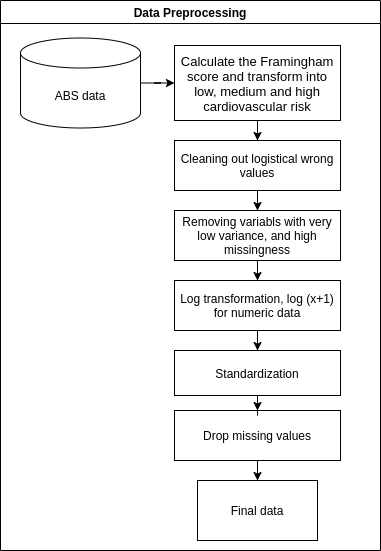
Above: figures/flowchart-datapreprocessing.png in ida3266/PROJECT1_TEAM20 (draw.io), before the change. Source tidied: cells renumbered, new cells last; positions are measured from the earlier drawing's top-left corner, leaving out a move shared by most shapes. Its diagram source:
```xml
<mxGraphModel>
  <root>
    <mxCell id="0" />
    <mxCell id="1" parent="0" />
    <mxCell id="2" value="Data Preprocessing" style="swimlane;" parent="1" vertex="1">
      <mxGeometry width="380" height="550" as="geometry" />
    </mxCell>
    <mxCell id="3" style="edgeStyle=orthogonalEdgeStyle;rounded=0;jettySize=auto;html=1;entryX=0.5;entryY=0;entryDx=0;entryDy=0;" parent="2" edge="1" source="4" target="13">
      <mxGeometry relative="1" as="geometry" />
    </mxCell>
    <mxCell id="4" value="&lt;p style=&quot;font-size: 13px&quot;&gt;Calculate the Framingham score and transform into low, medium and high cardiovascular risk&lt;/p&gt;" style="rounded=0;whiteSpace=wrap;html=1;" parent="2" vertex="1">
      <mxGeometry x="174" y="45" width="166" height="75" as="geometry" />
    </mxCell>
    <mxCell id="5" style="edgeStyle=orthogonalEdgeStyle;rounded=0;jettySize=auto;html=1;entryX=0.5;entryY=0;entryDx=0;entryDy=0;" parent="2" edge="1" source="6" target="15">
      <mxGeometry relative="1" as="geometry" />
    </mxCell>
    <mxCell id="6" value="Log transformation, log (x+1)&lt;br&gt;for numeric data" style="rounded=0;whiteSpace=wrap;html=1;" parent="2" vertex="1">
      <mxGeometry x="174" y="280" width="166" height="50" as="geometry" />
    </mxCell>
    <mxCell id="7" value="Final data" style="rounded=0;whiteSpace=wrap;html=1;" parent="2" vertex="1">
      <mxGeometry x="197" y="480" width="120" height="60" as="geometry" />
    </mxCell>
    <mxCell id="8" style="edgeStyle=orthogonalEdgeStyle;rounded=0;jettySize=auto;html=1;entryX=0;entryY=0.5;entryDx=0;entryDy=0;" parent="2" edge="1" source="9" target="4">
      <mxGeometry relative="1" as="geometry" />
    </mxCell>
    <mxCell id="9" value="ABS data" style="shape=cylinder3;whiteSpace=wrap;html=1;boundedLbl=1;backgroundOutline=1;size=15;" parent="2" vertex="1">
      <mxGeometry x="20" y="37.5" width="120" height="90" as="geometry" />
    </mxCell>
    <mxCell id="10" style="edgeStyle=orthogonalEdgeStyle;rounded=0;jettySize=auto;html=1;entryX=0.5;entryY=0;entryDx=0;entryDy=0;" parent="2" edge="1" source="11" target="7">
      <mxGeometry relative="1" as="geometry" />
    </mxCell>
    <mxCell id="11" value="Drop missing values" style="rounded=0;whiteSpace=wrap;html=1;" parent="2" vertex="1">
      <mxGeometry x="174" y="410" width="166" height="50" as="geometry" />
    </mxCell>
    <mxCell id="12" style="edgeStyle=orthogonalEdgeStyle;rounded=0;jettySize=auto;html=1;entryX=0.5;entryY=0;entryDx=0;entryDy=0;" parent="2" edge="1" source="13" target="17">
      <mxGeometry relative="1" as="geometry" />
    </mxCell>
    <mxCell id="13" value="Cleaning out logistical wrong values" style="rounded=0;whiteSpace=wrap;html=1;" parent="2" vertex="1">
      <mxGeometry x="174" y="140" width="166" height="50" as="geometry" />
    </mxCell>
    <mxCell id="14" style="edgeStyle=orthogonalEdgeStyle;rounded=0;jettySize=auto;html=1;entryX=0.5;entryY=0;entryDx=0;entryDy=0;" parent="2" edge="1" source="15" target="11">
      <mxGeometry relative="1" as="geometry" />
    </mxCell>
    <mxCell id="15" value="Standardization" style="rounded=0;whiteSpace=wrap;html=1;" parent="2" vertex="1">
      <mxGeometry x="174" y="350" width="166" height="45" as="geometry" />
    </mxCell>
    <mxCell id="16" style="edgeStyle=orthogonalEdgeStyle;rounded=0;jettySize=auto;html=1;entryX=0.5;entryY=0;entryDx=0;entryDy=0;" parent="2" edge="1" source="17" target="6">
      <mxGeometry relative="1" as="geometry" />
    </mxCell>
    <mxCell id="17" value="Removing variabls with very low variance, and high missingness" style="rounded=0;whiteSpace=wrap;html=1;" parent="2" vertex="1">
      <mxGeometry x="174" y="210" width="166" height="50" as="geometry" />
    </mxCell>
  </root>
</mxGraphModel>
```
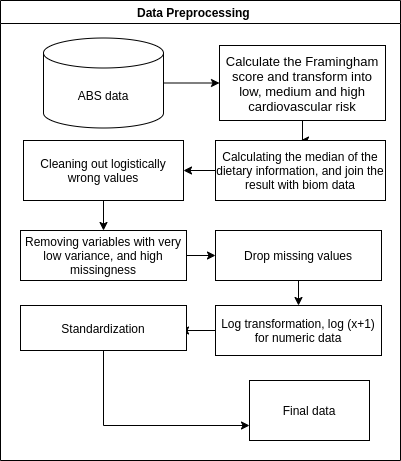
After the commit.

Diff of the diagram source:
```diff
@@ -2,53 +2,63 @@
   <root>
     <mxCell id="0" />
     <mxCell id="1" parent="0" />
-    <mxCell id="2" value="Data Preprocessing" style="swimlane;" parent="1" vertex="1">
-      <mxGeometry width="380" height="550" as="geometry" />
+    <mxCell id="2" value="Data Preprocessing    " style="swimlane;" parent="1" vertex="1">
+      <mxGeometry width="400" height="460" as="geometry" />
     </mxCell>
-    <mxCell id="3" style="edgeStyle=orthogonalEdgeStyle;rounded=0;jettySize=auto;html=1;entryX=0.5;entryY=0;entryDx=0;entryDy=0;" parent="2" edge="1" source="4" target="13">
+    <mxCell id="3" style="edgeStyle=orthogonalEdgeStyle;rounded=0;jettySize=auto;html=1;entryX=0.5;entryY=0;entryDx=0;entryDy=0;" parent="2" edge="1" source="4" target="19">
       <mxGeometry relative="1" as="geometry" />
     </mxCell>
     <mxCell id="4" value="&lt;p style=&quot;font-size: 13px&quot;&gt;Calculate the Framingham score and transform into low, medium and high cardiovascular risk&lt;/p&gt;" style="rounded=0;whiteSpace=wrap;html=1;" parent="2" vertex="1">
-      <mxGeometry x="174" y="45" width="166" height="75" as="geometry" />
+      <mxGeometry x="219" y="45" width="166" height="75" as="geometry" />
     </mxCell>
-    <mxCell id="5" style="edgeStyle=orthogonalEdgeStyle;rounded=0;jettySize=auto;html=1;entryX=0.5;entryY=0;entryDx=0;entryDy=0;" parent="2" edge="1" source="6" target="15">
+    <mxCell id="5" style="edgeStyle=orthogonalEdgeStyle;rounded=0;jettySize=auto;html=1;entryX=0.964;entryY=0.556;entryDx=0;entryDy=0;entryPerimeter=0;" parent="2" edge="1" source="6" target="15">
       <mxGeometry relative="1" as="geometry" />
     </mxCell>
     <mxCell id="6" value="Log transformation, log (x+1)&lt;br&gt;for numeric data" style="rounded=0;whiteSpace=wrap;html=1;" parent="2" vertex="1">
-      <mxGeometry x="174" y="280" width="166" height="50" as="geometry" />
+      <mxGeometry x="215" y="305" width="166" height="50" as="geometry" />
     </mxCell>
     <mxCell id="7" value="Final data" style="rounded=0;whiteSpace=wrap;html=1;" parent="2" vertex="1">
-      <mxGeometry x="197" y="480" width="120" height="60" as="geometry" />
+      <mxGeometry x="249" y="380" width="120" height="60" as="geometry" />
     </mxCell>
     <mxCell id="8" style="edgeStyle=orthogonalEdgeStyle;rounded=0;jettySize=auto;html=1;entryX=0;entryY=0.5;entryDx=0;entryDy=0;" parent="2" edge="1" source="9" target="4">
       <mxGeometry relative="1" as="geometry" />
     </mxCell>
     <mxCell id="9" value="ABS data" style="shape=cylinder3;whiteSpace=wrap;html=1;boundedLbl=1;backgroundOutline=1;size=15;" parent="2" vertex="1">
-      <mxGeometry x="20" y="37.5" width="120" height="90" as="geometry" />
+      <mxGeometry x="43" y="37.5" width="120" height="90" as="geometry" />
     </mxCell>
-    <mxCell id="10" style="edgeStyle=orthogonalEdgeStyle;rounded=0;jettySize=auto;html=1;entryX=0.5;entryY=0;entryDx=0;entryDy=0;" parent="2" edge="1" source="11" target="7">
+    <mxCell id="10" style="edgeStyle=orthogonalEdgeStyle;rounded=0;jettySize=auto;html=1;entryX=0.5;entryY=0;entryDx=0;entryDy=0;" parent="2" edge="1" source="11" target="6">
       <mxGeometry relative="1" as="geometry" />
     </mxCell>
     <mxCell id="11" value="Drop missing values" style="rounded=0;whiteSpace=wrap;html=1;" parent="2" vertex="1">
-      <mxGeometry x="174" y="410" width="166" height="50" as="geometry" />
+      <mxGeometry x="215" y="230" width="166" height="50" as="geometry" />
     </mxCell>
     <mxCell id="12" style="edgeStyle=orthogonalEdgeStyle;rounded=0;jettySize=auto;html=1;entryX=0.5;entryY=0;entryDx=0;entryDy=0;" parent="2" edge="1" source="13" target="17">
       <mxGeometry relative="1" as="geometry" />
     </mxCell>
-    <mxCell id="13" value="Cleaning out logistical wrong values" style="rounded=0;whiteSpace=wrap;html=1;" parent="2" vertex="1">
-      <mxGeometry x="174" y="140" width="166" height="50" as="geometry" />
+    <mxCell id="13" value="Cleaning out logistically wrong values" style="rounded=0;whiteSpace=wrap;html=1;" parent="2" vertex="1">
+      <mxGeometry x="23" y="140" width="160" height="60" as="geometry" />
     </mxCell>
-    <mxCell id="14" style="edgeStyle=orthogonalEdgeStyle;rounded=0;jettySize=auto;html=1;entryX=0.5;entryY=0;entryDx=0;entryDy=0;" parent="2" edge="1" source="15" target="11">
-      <mxGeometry relative="1" as="geometry" />
+    <mxCell id="14" style="edgeStyle=orthogonalEdgeStyle;rounded=0;jettySize=auto;html=1;entryX=0;entryY=0.75;entryDx=0;entryDy=0;" parent="2" edge="1" source="15" target="7">
+      <mxGeometry relative="1" as="geometry">
+        <Array as="points">
+          <mxPoint x="103" y="425" />
+        </Array>
+      </mxGeometry>
     </mxCell>
     <mxCell id="15" value="Standardization" style="rounded=0;whiteSpace=wrap;html=1;" parent="2" vertex="1">
-      <mxGeometry x="174" y="350" width="166" height="45" as="geometry" />
+      <mxGeometry x="20" y="305" width="166" height="45" as="geometry" />
     </mxCell>
-    <mxCell id="16" style="edgeStyle=orthogonalEdgeStyle;rounded=0;jettySize=auto;html=1;entryX=0.5;entryY=0;entryDx=0;entryDy=0;" parent="2" edge="1" source="17" target="6">
+    <mxCell id="16" style="edgeStyle=orthogonalEdgeStyle;rounded=0;jettySize=auto;html=1;entryX=0;entryY=0.5;entryDx=0;entryDy=0;" parent="2" edge="1" source="17" target="11">
       <mxGeometry relative="1" as="geometry" />
     </mxCell>
-    <mxCell id="17" value="Removing variabls with very low variance, and high missingness" style="rounded=0;whiteSpace=wrap;html=1;" parent="2" vertex="1">
-      <mxGeometry x="174" y="210" width="166" height="50" as="geometry" />
+    <mxCell id="17" value="Removing variables with very low variance, and high missingness" style="rounded=0;whiteSpace=wrap;html=1;" parent="2" vertex="1">
+      <mxGeometry x="20" y="230" width="166" height="50" as="geometry" />
     </mxCell>
+    <mxCell id="18" style="edgeStyle=orthogonalEdgeStyle;rounded=0;jettySize=auto;html=1;entryX=1;entryY=0.5;entryDx=0;entryDy=0;" parent="2" edge="1" source="19" target="13">
+      <mxGeometry relative="1" as="geometry" />
+    </mxCell>
+    <mxCell id="19" value="Calculating the median of the dietary information, and join the result with biom data" style="rounded=0;whiteSpace=wrap;html=1;" parent="2" vertex="1">
+      <mxGeometry x="215" y="140" width="170" height="60" as="geometry" />
+    </mxCell>
   </root>
 </mxGraphModel>
```
